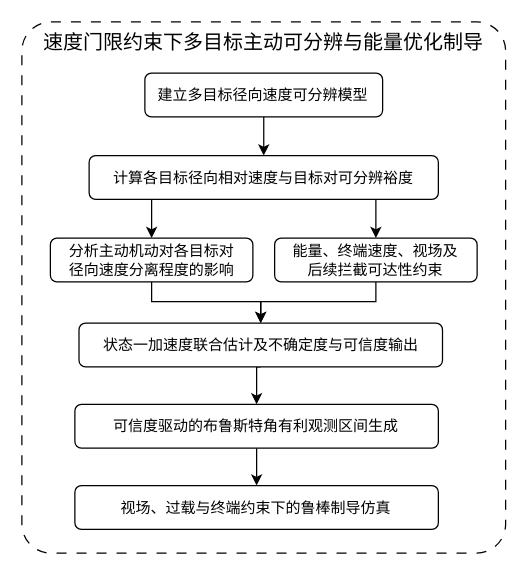
Earlier version of the draw.io diagram 速度门限约束下多目标主动可分辨与能量优化制导.drawio (master-fency/plot). Source tidied: cells renumbered, new cells numbered last; positions are measured from the earlier drawing's top-left corner, leaving out a move shared by most shapes. Both pictures are drawn from the tidied source at 125%, with x=0, y=0 at pixel (21, 21).
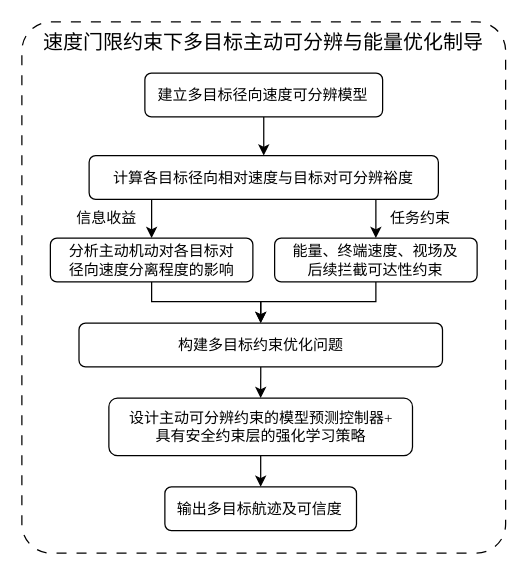
The same page after the edit.

Commit message (it also covers changes not shown here):
更新速度门限约束下多目标主动可分辨与能量优化制导.drawio

Change to the diagram source:
```diff
@@
-    <mxCell id="9" value="&lt;font&gt;状态一加速度联合估计及不确定度与可信度输出&lt;/font&gt;" style="rounded=1;whiteSpace=wrap;html=1;roundedPerimeter=1;fontFamily=Times New Roman;" parent="1" vertex="1">
+    <mxCell id="9" value="&lt;font&gt;构建多目标约束优化问题&lt;/font&gt;" style="rounded=1;whiteSpace=wrap;html=1;roundedPerimeter=1;fontFamily=Times New Roman;" parent="1" vertex="1">
       <mxGeometry x="45.7" y="241" width="290.8" height="35" as="geometry" />
     </mxCell>
@@
-    <mxCell id="13" value="&lt;font&gt;可信度驱动的布鲁斯特角有利观测区间生成&lt;/font&gt;" style="rounded=1;whiteSpace=wrap;html=1;roundedPerimeter=1;fontFamily=Times New Roman;" parent="1" vertex="1">
-      <mxGeometry x="42.4" y="306" width="290.8" height="35" as="geometry" />
+    <mxCell id="13" value="&lt;font&gt;设计主动可分辨约束的模型预测控制器+&lt;/font&gt;&lt;div&gt;&lt;font&gt;具有安全约束层的强化学习策略&lt;/font&gt;&lt;/div&gt;" style="rounded=1;whiteSpace=wrap;html=1;roundedPerimeter=1;fontFamily=Times New Roman;" parent="1" vertex="1">
+      <mxGeometry x="69.6" y="301" width="242.9" height="46" as="geometry" />
     </mxCell>
-    <mxCell id="14" value="&lt;font&gt;视场、过载与终端约束下的鲁棒制导仿真&lt;/font&gt;" style="rounded=1;whiteSpace=wrap;html=1;roundedPerimeter=1;fontFamily=Times New Roman;" parent="1" vertex="1">
-      <mxGeometry x="42.4" y="371" width="290.8" height="35" as="geometry" />
+    <mxCell id="14" value="输出多目标航迹及可信度" style="rounded=1;whiteSpace=wrap;html=1;roundedPerimeter=1;fontFamily=Times New Roman;" parent="1" vertex="1">
+      <mxGeometry x="114.4" y="372" width="153.3" height="35" as="geometry" />
     </mxCell>
@@
+    <mxCell id="17" value="&lt;font&gt;信息收益&lt;/font&gt;" style="text;html=1;whiteSpace=wrap;strokeColor=none;fillColor=none;align=center;verticalAlign=middle;rounded=0;fontFamily=Times New Roman;" parent="1" vertex="1">
+      <mxGeometry x="38.4" y="142" width="60" height="30" as="geometry" />
+    </mxCell>
+    <mxCell id="18" value="&lt;font&gt;任务约束&lt;/font&gt;" style="text;html=1;whiteSpace=wrap;strokeColor=none;fillColor=none;align=center;verticalAlign=middle;rounded=0;fontFamily=Times New Roman;" parent="1" vertex="1">
+      <mxGeometry x="288.6" y="142" width="60" height="30" as="geometry" />
+    </mxCell>
```
